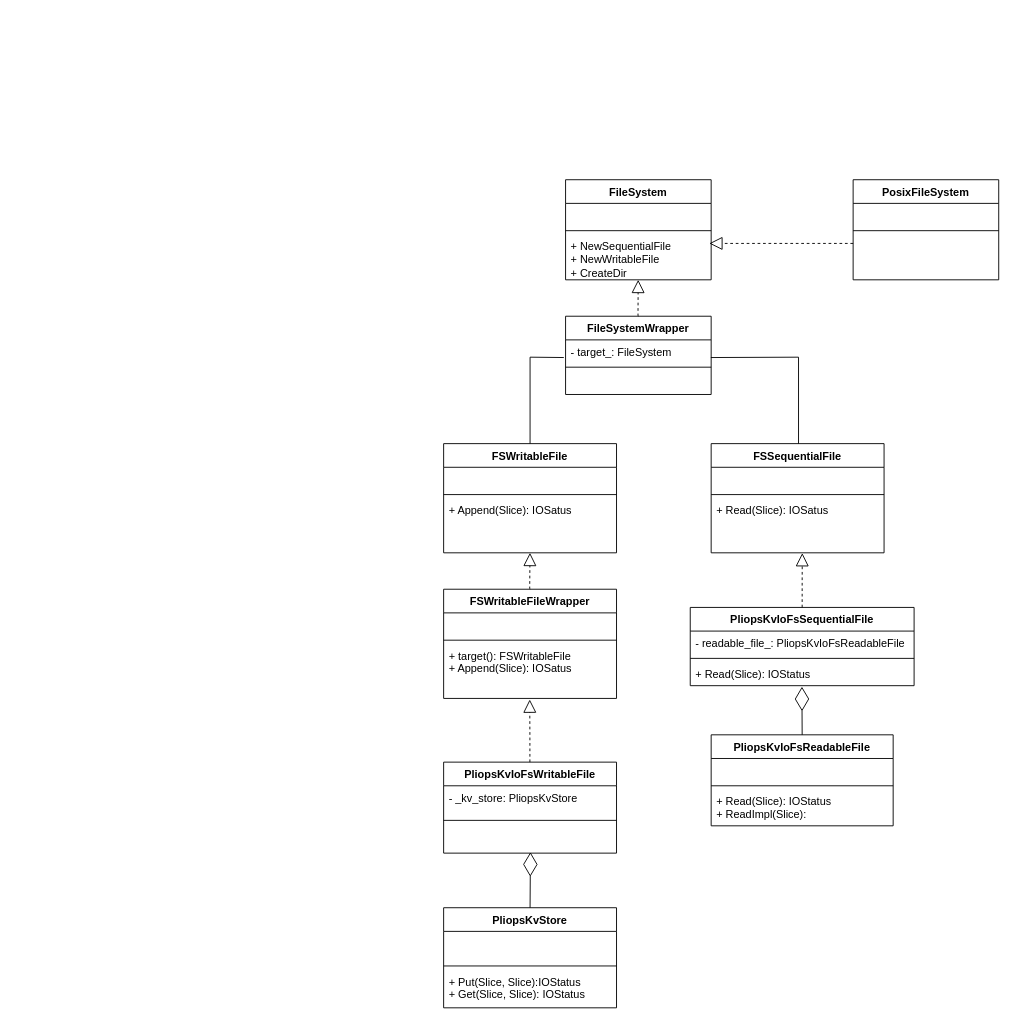
Above: 未命名绘图.drawio in Shi-Yueyang/RobotY (draw.io), before the change. Source tidied: cells renumbered, new cells numbered last; positions are measured from the earlier drawing's top-left corner, leaving out a move shared by most shapes. Both pictures are drawn from the tidied source at 91%, with x=0, y=0 at pixel (443, 179).
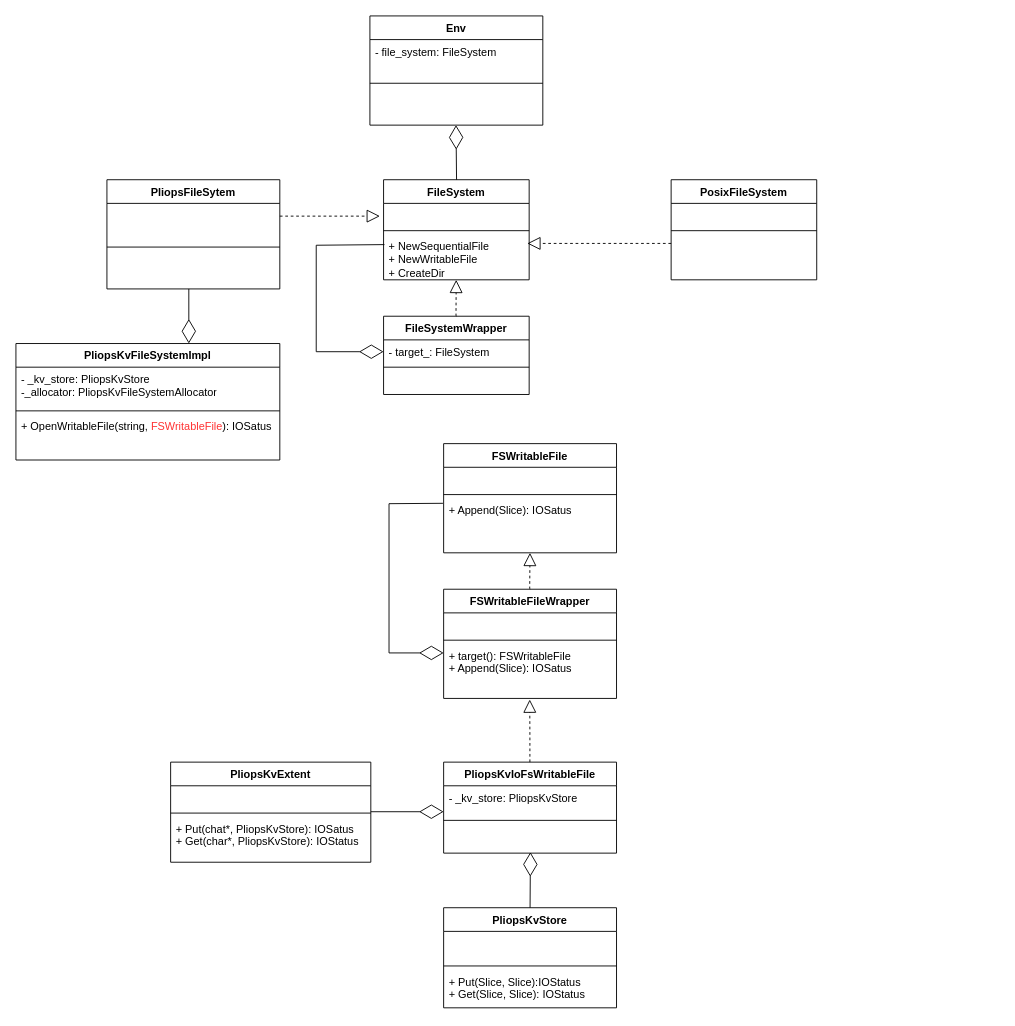
Above is the later version.

Commit message:
更新未命名绘图.drawio

Unchanged cells that the change refers to:
```xml
<mxCell id="5" value="+&amp;nbsp;NewSequentialFile&lt;br&gt;+&amp;nbsp;NewWritableFile&lt;br&gt;+ CreateDir" style="text;strokeColor=none;fillColor=none;align=left;verticalAlign=top;spacingLeft=4;spacingRight=4;overflow=hidden;points=[[0,0.5],[1,0.5]];portConstraint=eastwest;whiteSpace=wrap;html=1;" parent="2" vertex="1">
  <mxGeometry y="60" width="160" height="50" as="geometry" />
</mxCell>
<mxCell id="20" value="FSWritableFile" style="swimlane;fontStyle=1;align=center;verticalAlign=top;horizontal=1;startSize=26;whiteSpace=wrap;html=1;" parent="1" vertex="1">
  <mxGeometry y="290" width="190" height="120" as="geometry" />
</mxCell>
<mxCell id="23" value="+ Append(Slice&lt;span style=&quot;background-color: initial;&quot;&gt;): IOSatus&amp;nbsp;&lt;/span&gt;" style="text;strokeColor=none;fillColor=none;align=left;verticalAlign=top;spacingLeft=4;spacingRight=4;overflow=hidden;points=[[0,0.5],[1,0.5]];portConstraint=eastwest;whiteSpace=wrap;html=1;" parent="20" vertex="1">
  <mxGeometry y="60" width="190" height="60" as="geometry" />
</mxCell>
<mxCell id="27" value="+ target():&amp;nbsp;FSWritableFile&lt;br&gt;+ Append(Slice&lt;span style=&quot;background-color: initial;&quot;&gt;): IOSatus&amp;nbsp;&lt;/span&gt;" style="text;strokeColor=none;fillColor=none;align=left;verticalAlign=top;spacingLeft=4;spacingRight=4;overflow=hidden;points=[[0,0.5],[1,0.5]];portConstraint=eastwest;whiteSpace=wrap;html=1;" parent="24" vertex="1">
  <mxGeometry y="60" width="190" height="60" as="geometry" />
</mxCell>
<mxCell id="40" value="- target_: FileSystem" style="text;strokeColor=none;fillColor=none;align=left;verticalAlign=top;spacingLeft=4;spacingRight=4;overflow=hidden;points=[[0,0.5],[1,0.5]];portConstraint=eastwest;whiteSpace=wrap;html=1;" parent="39" vertex="1">
  <mxGeometry y="26" width="160" height="26" as="geometry" />
</mxCell>
```

Change to the diagram source:
```diff
@@
     <mxCell id="2" value="FileSystem" style="swimlane;fontStyle=1;align=center;verticalAlign=top;horizontal=1;startSize=26;whiteSpace=wrap;html=1;" parent="1" vertex="1">
-      <mxGeometry x="134" width="160" height="110" as="geometry" />
+      <mxGeometry x="-66" width="160" height="110" as="geometry" />
     </mxCell>
@@
-    <mxCell id="6" value="FSSequentialFile" style="swimlane;fontStyle=1;align=center;verticalAlign=top;horizontal=1;startSize=26;whiteSpace=wrap;html=1;" parent="1" vertex="1">
-      <mxGeometry x="294" y="290" width="190" height="120" as="geometry" />
-    </mxCell>
-    <mxCell id="7" value="&lt;br&gt;" style="text;strokeColor=none;fillColor=none;align=left;verticalAlign=top;spacingLeft=4;spacingRight=4;overflow=hidden;whiteSpace=wrap;html=1;" parent="6" vertex="1">
-      <mxGeometry y="26" width="190" height="26" as="geometry" />
-    </mxCell>
-    <mxCell id="8" style="line;strokeWidth=1;fillColor=none;align=left;verticalAlign=middle;spacingTop=-1;spacingLeft=3;spacingRight=3;labelPosition=right;strokeColor=inherit;" parent="6" vertex="1">
-      <mxGeometry y="52" width="190" height="8" as="geometry" />
-    </mxCell>
-    <mxCell id="9" value="+ Read(Slice&lt;span style=&quot;background-color: initial;&quot;&gt;): IOSatus&amp;nbsp;&lt;/span&gt;" style="text;strokeColor=none;fillColor=none;align=left;verticalAlign=top;spacingLeft=4;spacingRight=4;overflow=hidden;points=[[0,0.5],[1,0.5]];portConstraint=eastwest;whiteSpace=wrap;html=1;" parent="6" vertex="1">
-      <mxGeometry y="60" width="190" height="60" as="geometry" />
-    </mxCell>
-    <mxCell id="10" value="PliopsKvIoFsSequentialFile" style="swimlane;fontStyle=1;align=center;verticalAlign=top;horizontal=1;startSize=26;whiteSpace=wrap;html=1;" parent="1" vertex="1">
-      <mxGeometry x="271" y="470" width="246" height="86" as="geometry" />
-    </mxCell>
-    <mxCell id="11" value="-&amp;nbsp;readable_file_&lt;span style=&quot;background-color: initial;&quot;&gt;:&amp;nbsp;&lt;/span&gt;PliopsKvIoFsReadableFile" style="text;strokeColor=none;fillColor=none;align=left;verticalAlign=top;spacingLeft=4;spacingRight=4;overflow=hidden;whiteSpace=wrap;html=1;" parent="10" vertex="1">
-      <mxGeometry y="26" width="246" height="26" as="geometry" />
-    </mxCell>
-    <mxCell id="12" style="line;strokeWidth=1;fillColor=none;align=left;verticalAlign=middle;spacingTop=-1;spacingLeft=3;spacingRight=3;labelPosition=right;strokeColor=inherit;" parent="10" vertex="1">
-      <mxGeometry y="52" width="246" height="8" as="geometry" />
-    </mxCell>
-    <mxCell id="13" value="+ Read(Slice): IOStatus" style="text;strokeColor=none;fillColor=none;align=left;verticalAlign=top;spacingLeft=4;spacingRight=4;overflow=hidden;points=[[0,0.5],[1,0.5]];portConstraint=eastwest;whiteSpace=wrap;html=1;" parent="10" vertex="1">
-      <mxGeometry y="60" width="246" height="26" as="geometry" />
-    </mxCell>
-    <mxCell id="14" value="PliopsKvIoFsReadableFile" style="swimlane;fontStyle=1;align=center;verticalAlign=top;horizontal=1;startSize=26;whiteSpace=wrap;html=1;" parent="1" vertex="1">
-      <mxGeometry x="294" y="610" width="200" height="100" as="geometry" />
-    </mxCell>
-    <mxCell id="15" value="&lt;br&gt;" style="text;strokeColor=none;fillColor=none;align=left;verticalAlign=top;spacingLeft=4;spacingRight=4;overflow=hidden;whiteSpace=wrap;html=1;" parent="14" vertex="1">
-      <mxGeometry y="26" width="200" height="26" as="geometry" />
-    </mxCell>
-    <mxCell id="16" style="line;strokeWidth=1;fillColor=none;align=left;verticalAlign=middle;spacingTop=-1;spacingLeft=3;spacingRight=3;labelPosition=right;strokeColor=inherit;" parent="14" vertex="1">
-      <mxGeometry y="52" width="200" height="8" as="geometry" />
-    </mxCell>
-    <mxCell id="17" value="+ Read(Slice): IOStatus&lt;br&gt;+ ReadImpl(Slice):" style="text;strokeColor=none;fillColor=none;align=left;verticalAlign=top;spacingLeft=4;spacingRight=4;overflow=hidden;whiteSpace=wrap;html=1;" parent="14" vertex="1">
-      <mxGeometry y="60" width="200" height="40" as="geometry" />
-    </mxCell>
-    <mxCell id="18" style="endArrow=block;dashed=1;endFill=0;endSize=12;html=1;rounded=0;exitX=0.5;exitY=0;exitDx=0;exitDy=0;entryX=0.527;entryY=1.005;entryDx=0;entryDy=0;entryPerimeter=0;" parent="1" edge="1" source="10" target="9">
-      <mxGeometry relative="1" as="geometry">
-        <Array as="points">
-          <mxPoint x="394" y="440" />
-        </Array>
-      </mxGeometry>
-    </mxCell>
-    <mxCell id="19" style="endArrow=diamondThin;endFill=0;endSize=24;html=1;rounded=0;entryX=0.499;entryY=1.044;entryDx=0;entryDy=0;entryPerimeter=0;exitX=0.5;exitY=0;exitDx=0;exitDy=0;" parent="1" edge="1" source="14" target="13">
-      <mxGeometry relative="1" as="geometry" />
-    </mxCell>
@@
     <mxCell id="39" value="FileSystemWrapper" style="swimlane;fontStyle=1;align=center;verticalAlign=top;horizontal=1;startSize=26;whiteSpace=wrap;html=1;" parent="1" vertex="1">
-      <mxGeometry x="134" y="150" width="160" height="86" as="geometry" />
+      <mxGeometry x="-66" y="150" width="160" height="86" as="geometry" />
     </mxCell>
@@
     <mxCell id="43" style="endArrow=block;dashed=1;endFill=0;endSize=12;html=1;rounded=0;entryX=0.498;entryY=1.02;entryDx=0;entryDy=0;entryPerimeter=0;" parent="1" edge="1">
       <mxGeometry relative="1" as="geometry">
-        <mxPoint x="214" y="150" as="sourcePoint" />
-        <mxPoint x="213.8" y="110" as="targetPoint" />
+        <mxPoint x="14" y="150" as="sourcePoint" />
+        <mxPoint x="13.8" y="110" as="targetPoint" />
         <Array as="points">
-          <mxPoint x="213.6" y="149" />
+          <mxPoint x="13.6" y="149" />
         </Array>
       </mxGeometry>
     </mxCell>
-    <mxCell id="44" style="endArrow=none;html=1;rounded=0;exitX=0.5;exitY=0;exitDx=0;exitDy=0;entryX=-0.012;entryY=0.746;entryDx=0;entryDy=0;entryPerimeter=0;" parent="1" edge="1" source="20" target="40">
-      <mxGeometry relative="1" as="geometry">
-        <Array as="points">
-          <mxPoint x="95" y="195" />
-        </Array>
-      </mxGeometry>
-    </mxCell>
-    <mxCell id="45" style="endArrow=none;html=1;rounded=0;exitX=0.5;exitY=0;exitDx=0;exitDy=0;entryX=0.998;entryY=0.746;entryDx=0;entryDy=0;entryPerimeter=0;" parent="1" edge="1" target="40">
-      <mxGeometry relative="1" as="geometry">
-        <mxPoint x="390" y="290" as="sourcePoint" />
-        <Array as="points">
-          <mxPoint x="390" y="195" />
-        </Array>
-      </mxGeometry>
-    </mxCell>
     <mxCell id="46" value="PosixFileSystem" style="swimlane;fontStyle=1;align=center;verticalAlign=top;horizontal=1;startSize=26;whiteSpace=wrap;html=1;" parent="1" vertex="1">
-      <mxGeometry x="450" width="160" height="110" as="geometry" />
+      <mxGeometry x="250" width="160" height="110" as="geometry" />
     </mxCell>
@@
+    <mxCell id="51" style="endArrow=diamondThin;endFill=0;endSize=24;html=1;rounded=0;exitX=0.006;exitY=0.226;exitDx=0;exitDy=0;exitPerimeter=0;entryX=0;entryY=0.5;entryDx=0;entryDy=0;" parent="1" edge="1" source="5" target="40">
+      <mxGeometry relative="1" as="geometry">
+        <Array as="points">
+          <mxPoint x="-140" y="72" />
+          <mxPoint x="-140" y="189" />
+        </Array>
+      </mxGeometry>
+    </mxCell>
+    <mxCell id="52" value="PliopsKvExtent" style="swimlane;fontStyle=1;align=center;verticalAlign=top;horizontal=1;startSize=26;whiteSpace=wrap;html=1;" parent="1" vertex="1">
+      <mxGeometry x="-300" y="640" width="220" height="110" as="geometry" />
+    </mxCell>
+    <mxCell id="53" value="&lt;br&gt;" style="text;strokeColor=none;fillColor=none;align=left;verticalAlign=top;spacingLeft=4;spacingRight=4;overflow=hidden;whiteSpace=wrap;html=1;" parent="52" vertex="1">
+      <mxGeometry y="26" width="220" height="26" as="geometry" />
+    </mxCell>
+    <mxCell id="54" style="line;strokeWidth=1;fillColor=none;align=left;verticalAlign=middle;spacingTop=-1;spacingLeft=3;spacingRight=3;labelPosition=right;strokeColor=inherit;" parent="52" vertex="1">
+      <mxGeometry y="52" width="220" height="8" as="geometry" />
+    </mxCell>
+    <mxCell id="55" value="+ Put(chat*, PliopsKvStore&lt;span style=&quot;background-color: initial;&quot;&gt;): IOSatus&amp;nbsp;&lt;/span&gt;&lt;div&gt;&lt;span style=&quot;background-color: initial;&quot;&gt;+ Get(char*, PliopsKvStore): IOStatus&lt;/span&gt;&lt;/div&gt;" style="text;strokeColor=none;fillColor=none;align=left;verticalAlign=top;spacingLeft=4;spacingRight=4;overflow=hidden;whiteSpace=wrap;html=1;" parent="52" vertex="1">
+      <mxGeometry y="60" width="220" height="50" as="geometry" />
+    </mxCell>
+    <mxCell id="56" value="PliopsKvFileSystemImpl" style="swimlane;fontStyle=1;align=center;verticalAlign=top;horizontal=1;startSize=26;whiteSpace=wrap;html=1;" parent="1" vertex="1">
+      <mxGeometry x="-470" y="180" width="290" height="128" as="geometry" />
+    </mxCell>
+    <mxCell id="57" value="- _kv_store: PliopsKvStore&lt;div&gt;-_allocator: PliopsKvFileSystemAllocator&lt;/div&gt;" style="text;strokeColor=none;fillColor=none;align=left;verticalAlign=top;spacingLeft=4;spacingRight=4;overflow=hidden;whiteSpace=wrap;html=1;" parent="56" vertex="1">
+      <mxGeometry y="26" width="290" height="44" as="geometry" />
+    </mxCell>
+    <mxCell id="58" style="line;strokeWidth=1;fillColor=none;align=left;verticalAlign=middle;spacingTop=-1;spacingLeft=3;spacingRight=3;labelPosition=right;strokeColor=inherit;" parent="56" vertex="1">
+      <mxGeometry y="70" width="290" height="8" as="geometry" />
+    </mxCell>
+    <mxCell id="59" value="+ OpenWritableFile(string, &lt;font color=&quot;#ff3333&quot;&gt;FSWritableFile&lt;/font&gt;&lt;span style=&quot;background-color: initial;&quot;&gt;): IOSatus&amp;nbsp;&lt;/span&gt;&lt;div&gt;&lt;br&gt;&lt;/div&gt;" style="text;strokeColor=none;fillColor=none;align=left;verticalAlign=top;spacingLeft=4;spacingRight=4;overflow=hidden;whiteSpace=wrap;html=1;" parent="56" vertex="1">
+      <mxGeometry y="78" width="290" height="50" as="geometry" />
+    </mxCell>
+    <mxCell id="60" style="endArrow=diamondThin;endFill=0;endSize=24;html=1;rounded=0;exitX=-0.004;exitY=0.093;exitDx=0;exitDy=0;exitPerimeter=0;entryX=0;entryY=0.167;entryDx=0;entryDy=0;entryPerimeter=0;" parent="1" edge="1" source="23" target="27">
+      <mxGeometry relative="1" as="geometry">
+        <Array as="points">
+          <mxPoint x="-60" y="356" />
+          <mxPoint x="-60" y="520" />
+        </Array>
+      </mxGeometry>
+    </mxCell>
+    <mxCell id="61" style="endArrow=diamondThin;endFill=0;endSize=24;html=1;rounded=0;" parent="1" edge="1">
+      <mxGeometry relative="1" as="geometry">
+        <mxPoint x="-80" y="694.5" as="sourcePoint" />
+        <mxPoint y="694.5" as="targetPoint" />
+      </mxGeometry>
+    </mxCell>
+    <mxCell id="62" value="PliopsFileSytem" style="swimlane;fontStyle=1;align=center;verticalAlign=top;horizontal=1;startSize=26;whiteSpace=wrap;html=1;" parent="1" vertex="1">
+      <mxGeometry x="-370" width="190" height="120" as="geometry" />
+    </mxCell>
+    <mxCell id="63" value="&lt;br&gt;" style="text;strokeColor=none;fillColor=none;align=left;verticalAlign=top;spacingLeft=4;spacingRight=4;overflow=hidden;whiteSpace=wrap;html=1;" parent="62" vertex="1">
+      <mxGeometry y="26" width="190" height="44" as="geometry" />
+    </mxCell>
+    <mxCell id="64" style="line;strokeWidth=1;fillColor=none;align=left;verticalAlign=middle;spacingTop=-1;spacingLeft=3;spacingRight=3;labelPosition=right;strokeColor=inherit;" parent="62" vertex="1">
+      <mxGeometry y="70" width="190" height="8" as="geometry" />
+    </mxCell>
+    <mxCell id="65" value="&lt;br&gt;&lt;div&gt;&lt;br&gt;&lt;/div&gt;" style="text;strokeColor=none;fillColor=none;align=left;verticalAlign=top;spacingLeft=4;spacingRight=4;overflow=hidden;whiteSpace=wrap;html=1;" parent="62" vertex="1">
+      <mxGeometry y="78" width="190" height="42" as="geometry" />
+    </mxCell>
+    <mxCell id="66" style="endArrow=block;dashed=1;endFill=0;endSize=12;html=1;rounded=0;" parent="1" edge="1">
+      <mxGeometry relative="1" as="geometry">
+        <mxPoint x="-180" y="40" as="sourcePoint" />
+        <mxPoint x="-70" y="40" as="targetPoint" />
+      </mxGeometry>
+    </mxCell>
+    <mxCell id="67" style="endArrow=diamondThin;endFill=0;endSize=24;html=1;rounded=0;" parent="1" edge="1">
+      <mxGeometry relative="1" as="geometry">
+        <mxPoint x="-280" y="120" as="sourcePoint" />
+        <mxPoint x="-280" y="180" as="targetPoint" />
+      </mxGeometry>
+    </mxCell>
+    <mxCell id="68" value="Env" style="swimlane;fontStyle=1;align=center;verticalAlign=top;horizontal=1;startSize=26;whiteSpace=wrap;html=1;" parent="1" vertex="1">
+      <mxGeometry x="-81" y="-180" width="190" height="120" as="geometry" />
+    </mxCell>
+    <mxCell id="69" value="- file_system: FileSystem" style="text;strokeColor=none;fillColor=none;align=left;verticalAlign=top;spacingLeft=4;spacingRight=4;overflow=hidden;whiteSpace=wrap;html=1;" parent="68" vertex="1">
+      <mxGeometry y="26" width="190" height="44" as="geometry" />
+    </mxCell>
+    <mxCell id="70" style="line;strokeWidth=1;fillColor=none;align=left;verticalAlign=middle;spacingTop=-1;spacingLeft=3;spacingRight=3;labelPosition=right;strokeColor=inherit;" parent="68" vertex="1">
+      <mxGeometry y="70" width="190" height="8" as="geometry" />
+    </mxCell>
+    <mxCell id="71" value="&lt;div&gt;&lt;br&gt;&lt;/div&gt;&lt;div&gt;&lt;br&gt;&lt;/div&gt;" style="text;strokeColor=none;fillColor=none;align=left;verticalAlign=top;spacingLeft=4;spacingRight=4;overflow=hidden;whiteSpace=wrap;html=1;" parent="68" vertex="1">
+      <mxGeometry y="78" width="190" height="42" as="geometry" />
+    </mxCell>
+    <mxCell id="72" style="endArrow=diamondThin;endFill=0;endSize=24;html=1;rounded=0;exitX=0.412;exitY=-0.013;exitDx=0;exitDy=0;exitPerimeter=0;entryX=0.423;entryY=0.967;entryDx=0;entryDy=0;entryPerimeter=0;" parent="1" edge="1">
+      <mxGeometry relative="1" as="geometry">
+        <mxPoint x="14.2" as="sourcePoint" />
+        <mxPoint x="13.6" y="-60" as="targetPoint" />
+      </mxGeometry>
+    </mxCell>
```
